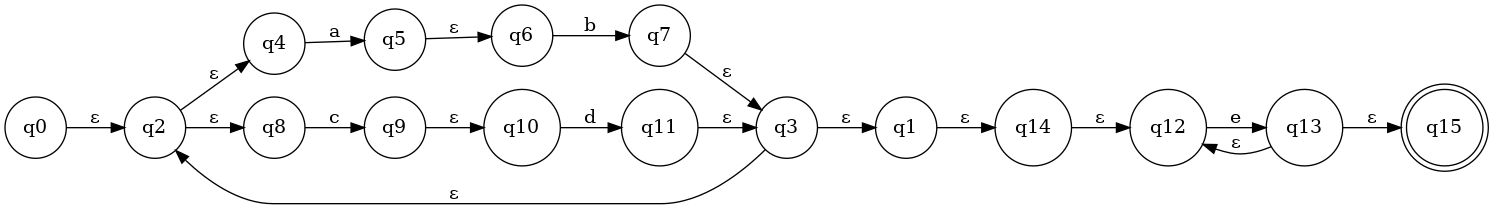
Before: nfa.png, a diagram exported from Graphviz (DjoCoding/regex). Its source is kept beside it as nfa.dot.
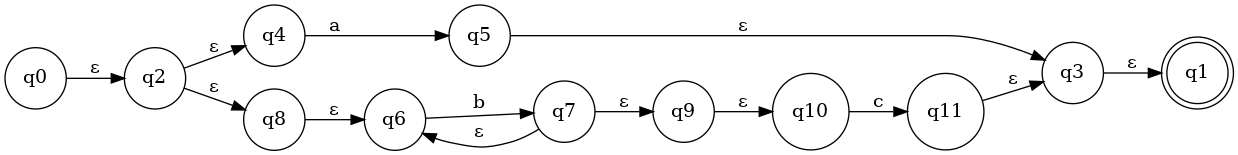
The same file after the commit.

Diff of the diagram source:
```diff
@@ -8,31 +8,22 @@
 	q4 [label="q4"];
 	q4 -> q5 [label="a"];
 	q5 [label="q5"];
-	q5 -> q6 [label="ε"];
+	q5 -> q3 [label="ε"];
+	q3 [label="q3"];
+	q3 -> q1 [label="ε"];
+	q1 [shape=doublecircle];
+	q2 -> q8 [label="ε"];
+	q8 [label="q8"];
+	q8 -> q6 [label="ε"];
 	q6 [label="q6"];
 	q6 -> q7 [label="b"];
 	q7 [label="q7"];
-	q7 -> q3 [label="ε"];
-	q3 [label="q3"];
-	q3 -> q2 [label="ε"];
-	q3 -> q1 [label="ε"];
-	q1 [label="q1"];
-	q1 -> q14 [label="ε"];
-	q14 [label="q14"];
-	q14 -> q12 [label="ε"];
-	q12 [label="q12"];
-	q12 -> q13 [label="e"];
-	q13 [label="q13"];
-	q13 -> q15 [label="ε"];
-	q15 [shape=doublecircle];
-	q13 -> q12 [label="ε"];
-	q2 -> q8 [label="ε"];
-	q8 [label="q8"];
-	q8 -> q9 [label="c"];
+	q7 -> q9 [label="ε"];
 	q9 [label="q9"];
 	q9 -> q10 [label="ε"];
 	q10 [label="q10"];
-	q10 -> q11 [label="d"];
+	q10 -> q11 [label="c"];
 	q11 [label="q11"];
 	q11 -> q3 [label="ε"];
+	q7 -> q6 [label="ε"];
 }
```
